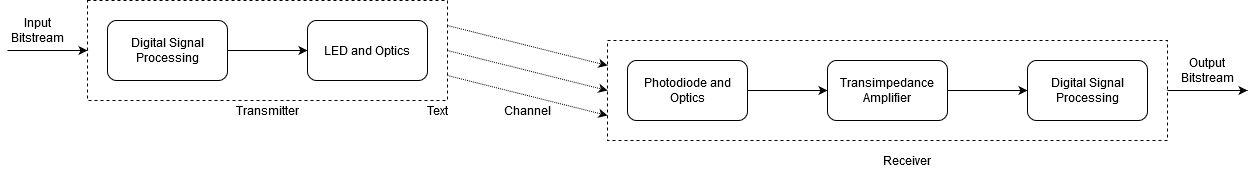
Before: figures/litreview/system_configuartion_lit.png, a diagram exported from draw.io (wylieza/thesis). Source tidied: cells renumbered, new cells last; positions are measured from the earlier drawing's top-left corner, leaving out a move shared by most shapes.
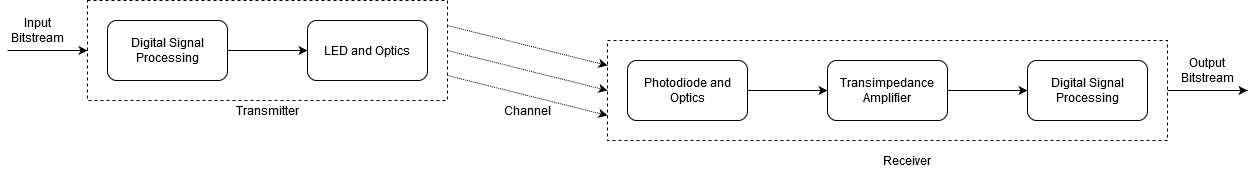
After the change.

Commit message:
system setup lit

The edit, as a diff of the source:
```diff
@@ -55,9 +55,6 @@
         <mxPoint y="50" as="sourcePoint" />
       </mxGeometry>
     </mxCell>
-    <mxCell id="19" value="Text" style="text;html=1;strokeColor=none;fillColor=none;align=center;verticalAlign=middle;whiteSpace=wrap;rounded=0;dashed=1;" parent="1" vertex="1">
-      <mxGeometry x="410" y="100" width="40" height="20" as="geometry" />
-    </mxCell>
     <mxCell id="20" value="Input Bitstream" style="text;html=1;strokeColor=none;fillColor=none;align=center;verticalAlign=middle;whiteSpace=wrap;rounded=0;dashed=1;" parent="1" vertex="1">
       <mxGeometry x="10" y="20" width="40" height="20" as="geometry" />
     </mxCell>
```
